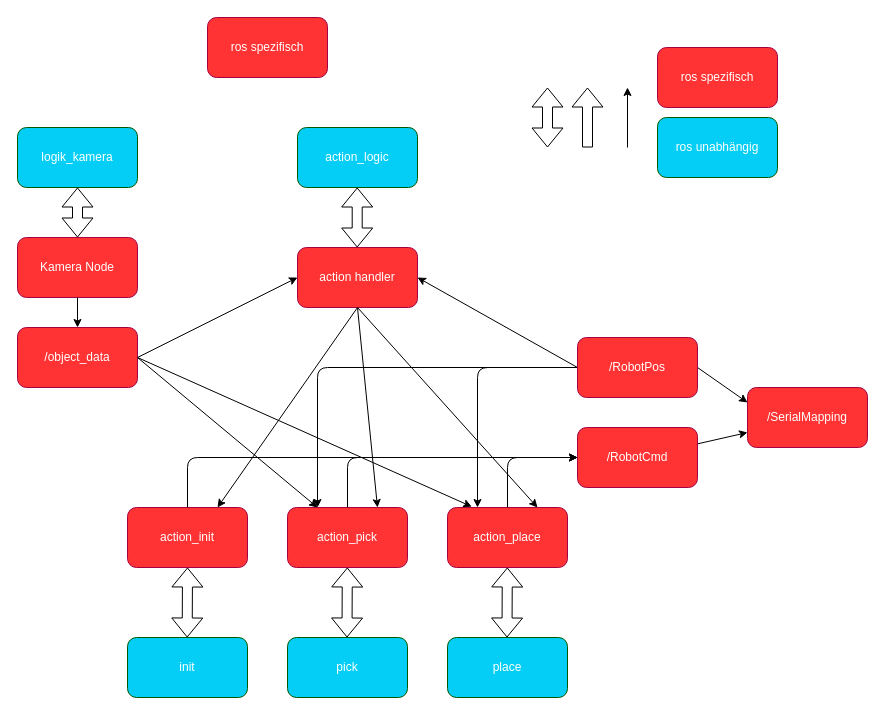
The draw.io diagram SW_architecture.drawio in ibinsandig/Portal-zur-Exmatrikulation, before the edit. Source tidied: cells renumbered, new cells numbered last; positions are measured from the earlier drawing's top-left corner, leaving out a move shared by most shapes. Both pictures are drawn from the tidied source at 100%, with x=0, y=0 at pixel (17, 17).
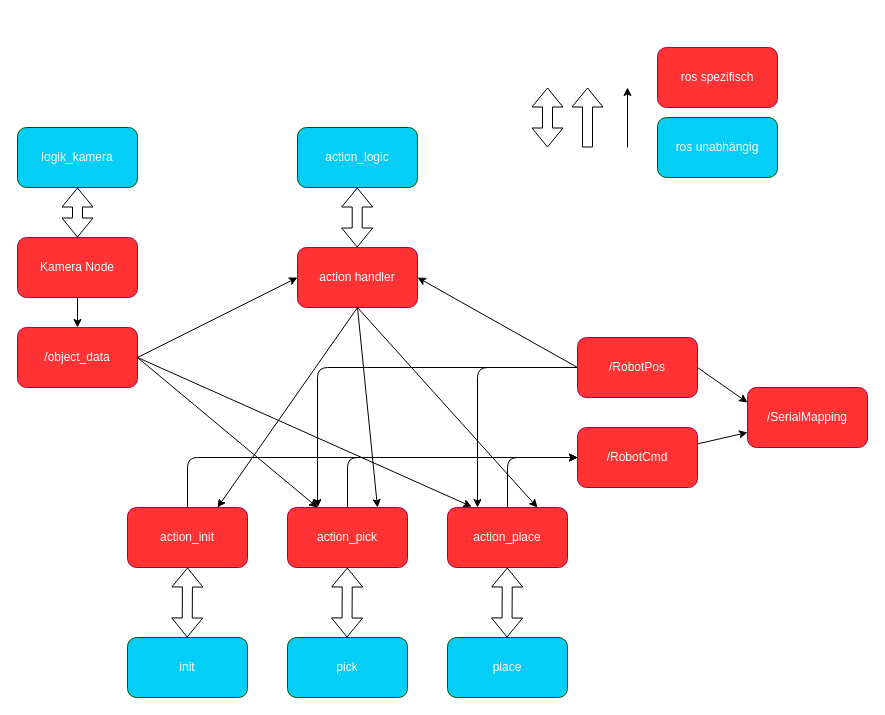
Above is the later version.

Commit message:
unnötiger Pusch wegen unsauberer ARbeit

The edit, as a diff of the source:
```diff
@@
-    <mxCell id="10" value="ros spezifisch" style="rounded=1;whiteSpace=wrap;html=1;fillColor=#FF3333;fontColor=#ffffff;strokeColor=#A50040;" parent="1" vertex="1">
-      <mxGeometry x="190" width="120" height="60" as="geometry" />
-    </mxCell>
```
